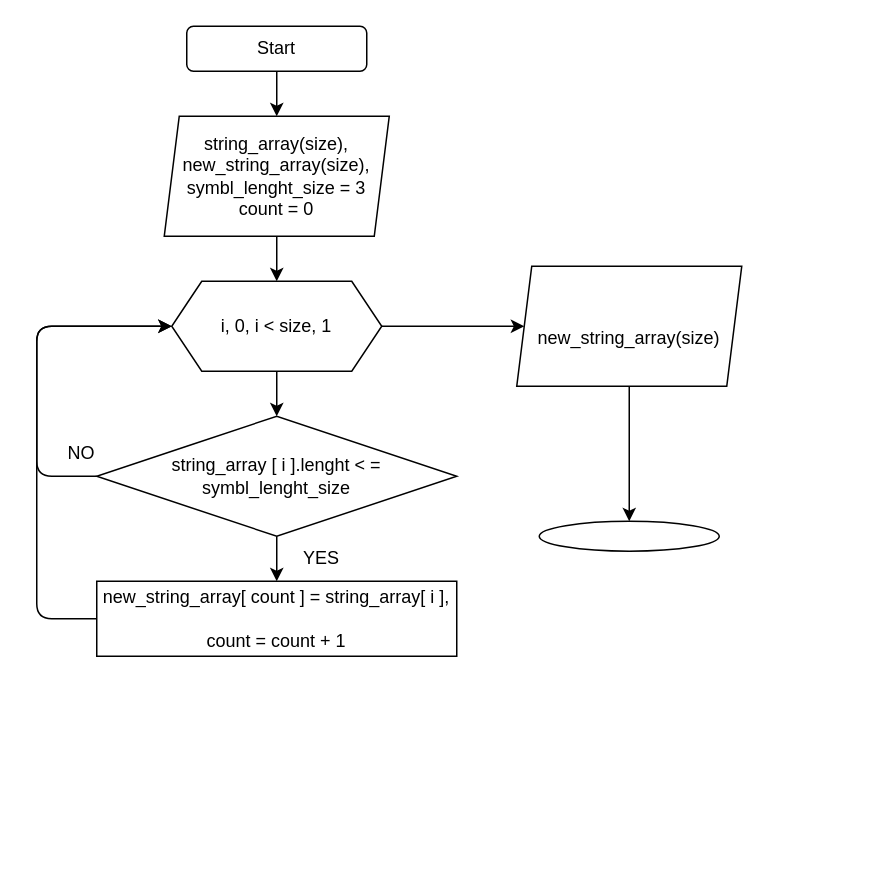
Above: blockdiagram.drawio in AlekseyFursenko/TEST_1quarter (draw.io), before the change. Source tidied: cells renumbered, new cells numbered last; positions are measured from the earlier drawing's top-left corner, leaving out a move shared by most shapes. Both pictures are drawn from the tidied source at 150%, with x=0, y=0 at pixel (36, 26).
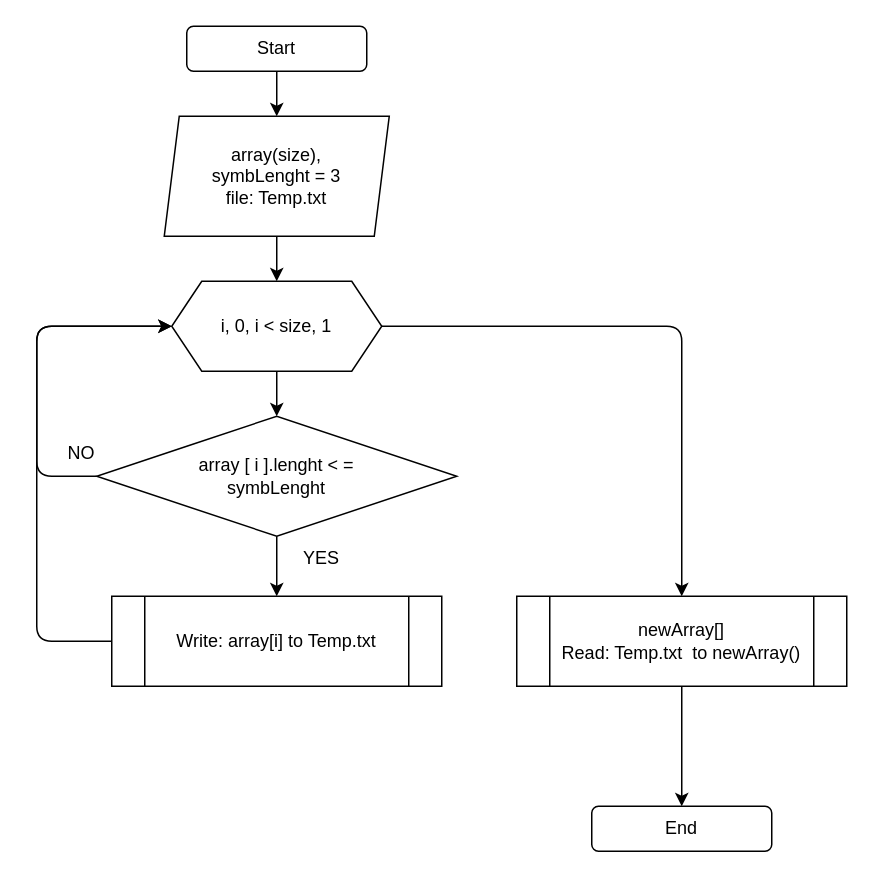
The same diagram, later.

Commit message:
Diagram correction

The change refers to these unchanged cells:
```xml
<mxCell id="3" value="Start" style="rounded=1;whiteSpace=wrap;html=1;" parent="1" vertex="1">
  <mxGeometry x="100" width="120" height="30" as="geometry" />
</mxCell>
<mxCell id="8" value="i, 0, i &amp;lt; size, 1" style="shape=hexagon;perimeter=hexagonPerimeter2;whiteSpace=wrap;html=1;fixedSize=1;rounded=1;arcSize=0;" parent="1" vertex="1">
  <mxGeometry x="90" y="170" width="140" height="60" as="geometry" />
</mxCell>
```

The edit, as a diff of the source:
```diff
@@
-    <mxCell id="2" style="edgeStyle=none;html=1;" parent="1" edge="1" source="3" target="5">
-      <mxGeometry relative="1" as="geometry" />
-    </mxCell>
+    <mxCell id="19" style="edgeStyle=none;html=1;" parent="1" edge="1" source="3" target="21">
+      <mxGeometry relative="1" as="geometry" />
+    </mxCell>
@@
-    <mxCell id="4" style="edgeStyle=none;html=1;" parent="1" edge="1" source="5" target="8">
-      <mxGeometry relative="1" as="geometry" />
-    </mxCell>
-    <mxCell id="5" value="string_array(size),&lt;br&gt;new_string_array(size),&lt;br&gt;symbl_lenght_size = 3&lt;br&gt;count = 0" style="shape=parallelogram;perimeter=parallelogramPerimeter;whiteSpace=wrap;html=1;fixedSize=1;rounded=1;size=10;arcSize=0;" parent="1" vertex="1">
-      <mxGeometry x="85" y="60" width="150" height="80" as="geometry" />
-    </mxCell>
-    <mxCell id="6" style="edgeStyle=none;html=1;" parent="1" edge="1" source="8" target="11">
-      <mxGeometry relative="1" as="geometry" />
-    </mxCell>
-    <mxCell id="7" style="edgeStyle=none;html=1;entryX=0;entryY=0.5;entryDx=0;entryDy=0;" parent="1" edge="1" source="8" target="17">
-      <mxGeometry relative="1" as="geometry" />
-    </mxCell>
+    <mxCell id="20" style="edgeStyle=none;html=1;" parent="1" edge="1" source="21" target="8">
+      <mxGeometry relative="1" as="geometry" />
+    </mxCell>
+    <mxCell id="21" value="array(size),&lt;br&gt;symbLenght = 3&lt;br&gt;file: Temp.txt" style="shape=parallelogram;perimeter=parallelogramPerimeter;whiteSpace=wrap;html=1;fixedSize=1;rounded=1;size=10;arcSize=0;" parent="1" vertex="1">
+      <mxGeometry x="85" y="60" width="150" height="80" as="geometry" />
+    </mxCell>
+    <mxCell id="22" style="edgeStyle=none;html=1;" parent="1" edge="1" source="8" target="26">
+      <mxGeometry relative="1" as="geometry" />
+    </mxCell>
+    <mxCell id="23" style="edgeStyle=none;html=1;entryX=0.5;entryY=0;entryDx=0;entryDy=0;" parent="1" edge="1" source="8" target="31">
+      <mxGeometry relative="1" as="geometry">
+        <Array as="points">
+          <mxPoint x="430" y="200" />
+        </Array>
+      </mxGeometry>
+    </mxCell>
@@
-    <mxCell id="9" style="edgeStyle=none;html=1;" parent="1" edge="1" source="11" target="13">
-      <mxGeometry relative="1" as="geometry" />
-    </mxCell>
-    <mxCell id="10" style="edgeStyle=none;html=1;exitX=0;exitY=0.5;exitDx=0;exitDy=0;" parent="1" edge="1" source="11">
-      <mxGeometry relative="1" as="geometry">
-        <mxPoint x="90" y="200" as="targetPoint" />
-        <Array as="points">
-          <mxPoint y="300" />
-          <mxPoint y="200" />
-        </Array>
-      </mxGeometry>
-    </mxCell>
-    <mxCell id="11" value="&lt;span&gt;string_array [ i ].lenght &amp;lt; =&lt;/span&gt;&lt;br&gt;&lt;span&gt;symbl_lenght_size&lt;/span&gt;" style="rhombus;whiteSpace=wrap;html=1;rounded=1;arcSize=0;" parent="1" vertex="1">
-      <mxGeometry x="40" y="260" width="240" height="80" as="geometry" />
-    </mxCell>
-    <mxCell id="12" style="edgeStyle=none;html=1;exitX=0;exitY=0.5;exitDx=0;exitDy=0;entryX=0;entryY=0.5;entryDx=0;entryDy=0;" parent="1" edge="1" source="13" target="8">
-      <mxGeometry relative="1" as="geometry">
-        <Array as="points">
-          <mxPoint y="395" />
-          <mxPoint y="200" />
-        </Array>
-      </mxGeometry>
-    </mxCell>
-    <mxCell id="13" value="&lt;span&gt;new_string_array[ count ] =&amp;nbsp;&lt;/span&gt;string_array[ i ],&lt;br&gt;&lt;br&gt;count = count + 1" style="whiteSpace=wrap;html=1;rounded=1;arcSize=0;" parent="1" vertex="1">
-      <mxGeometry x="40" y="370" width="240" height="50" as="geometry" />
-    </mxCell>
+    <mxCell id="24" style="edgeStyle=none;html=1;entryX=0.5;entryY=0;entryDx=0;entryDy=0;" parent="1" edge="1" source="26" target="29">
+      <mxGeometry relative="1" as="geometry" />
+    </mxCell>
+    <mxCell id="25" style="edgeStyle=none;html=1;exitX=0;exitY=0.5;exitDx=0;exitDy=0;" parent="1" edge="1" source="26">
+      <mxGeometry relative="1" as="geometry">
+        <mxPoint x="90" y="200" as="targetPoint" />
+        <Array as="points">
+          <mxPoint y="300" />
+          <mxPoint y="200" />
+        </Array>
+      </mxGeometry>
+    </mxCell>
+    <mxCell id="26" value="&lt;span&gt;array [ i ].lenght &amp;lt; =&lt;/span&gt;&lt;br&gt;&lt;span&gt;symbLenght&lt;/span&gt;" style="rhombus;whiteSpace=wrap;html=1;rounded=1;arcSize=0;" parent="1" vertex="1">
+      <mxGeometry x="40" y="260" width="240" height="80" as="geometry" />
+    </mxCell>
+    <mxCell id="27" style="edgeStyle=none;html=1;exitX=0;exitY=0.5;exitDx=0;exitDy=0;entryX=0;entryY=0.5;entryDx=0;entryDy=0;" parent="1" edge="1" source="29" target="8">
+      <mxGeometry relative="1" as="geometry">
+        <Array as="points">
+          <mxPoint y="410" />
+          <mxPoint y="200" />
+        </Array>
+      </mxGeometry>
+    </mxCell>
@@
-    <mxCell id="16" style="edgeStyle=none;html=1;" parent="1" edge="1" source="17" target="18">
-      <mxGeometry relative="1" as="geometry" />
-    </mxCell>
-    <mxCell id="17" value="&lt;br&gt;new_string_array(size)" style="shape=parallelogram;perimeter=parallelogramPerimeter;whiteSpace=wrap;html=1;fixedSize=1;rounded=1;size=10;arcSize=0;" parent="1" vertex="1">
-      <mxGeometry x="320" y="160" width="150" height="80" as="geometry" />
-    </mxCell>
-    <mxCell id="18" style="ellipse;whiteSpace=wrap;html=1;rounded=1;arcSize=0;" parent="1" vertex="1">
-      <mxGeometry x="335" y="330" width="120" height="20" as="geometry" />
-    </mxCell>
+    <mxCell id="28" value="End" style="rounded=1;whiteSpace=wrap;html=1;" parent="1" vertex="1">
+      <mxGeometry x="370" y="520" width="120" height="30" as="geometry" />
+    </mxCell>
+    <mxCell id="29" value="Write: array[i] to Temp.txt" style="shape=process;whiteSpace=wrap;html=1;backgroundOutline=1;" parent="1" vertex="1">
+      <mxGeometry x="50" y="380" width="220" height="60" as="geometry" />
+    </mxCell>
+    <mxCell id="30" style="edgeStyle=none;html=1;" parent="1" edge="1" source="31" target="28">
+      <mxGeometry relative="1" as="geometry" />
+    </mxCell>
+    <mxCell id="31" value="newArray[]&lt;br&gt;Read: Temp.txt&amp;nbsp; to newArray()" style="shape=process;whiteSpace=wrap;html=1;backgroundOutline=1;" parent="1" vertex="1">
+      <mxGeometry x="320" y="380" width="220" height="60" as="geometry" />
+    </mxCell>
```
